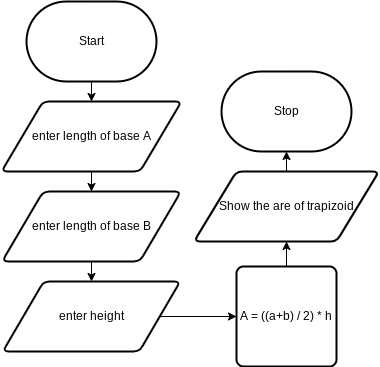
Above: design/trapizoid.png in Evgeny-Vovk/ICS2O-Unit3-01-HTML (draw.io), before the change. Source tidied: cells renumbered, new cells last; positions are measured from the earlier drawing's top-left corner, leaving out a move shared by most shapes. Its diagram source:
```xml
<mxGraphModel>
  <root>
    <mxCell id="0" />
    <mxCell id="1" parent="0" />
    <mxCell id="2" style="edgeStyle=none;html=1;exitX=0.5;exitY=1;exitDx=0;exitDy=0;exitPerimeter=0;entryX=0.5;entryY=0;entryDx=0;entryDy=0;" parent="1" edge="1" source="3" target="6">
      <mxGeometry relative="1" as="geometry" />
    </mxCell>
    <mxCell id="3" value="Start" style="strokeWidth=2;html=1;shape=mxgraph.flowchart.terminator;whiteSpace=wrap;" parent="1" vertex="1">
      <mxGeometry x="25" width="130" height="80" as="geometry" />
    </mxCell>
    <mxCell id="4" value="Stop" style="strokeWidth=2;html=1;shape=mxgraph.flowchart.terminator;whiteSpace=wrap;" parent="1" vertex="1">
      <mxGeometry x="220" y="70" width="130" height="80" as="geometry" />
    </mxCell>
    <mxCell id="5" style="edgeStyle=none;html=1;exitX=0.5;exitY=1;exitDx=0;exitDy=0;entryX=0.5;entryY=0;entryDx=0;entryDy=0;" parent="1" edge="1" source="6" target="8">
      <mxGeometry relative="1" as="geometry" />
    </mxCell>
    <mxCell id="6" value="enter length of base A" style="shape=parallelogram;html=1;strokeWidth=2;perimeter=parallelogramPerimeter;whiteSpace=wrap;rounded=1;arcSize=12;size=0.23;" parent="1" vertex="1">
      <mxGeometry y="100" width="180" height="70" as="geometry" />
    </mxCell>
    <mxCell id="7" style="edgeStyle=none;html=1;exitX=0.5;exitY=1;exitDx=0;exitDy=0;entryX=0.5;entryY=0;entryDx=0;entryDy=0;" parent="1" edge="1" source="8" target="10">
      <mxGeometry relative="1" as="geometry" />
    </mxCell>
    <mxCell id="8" value="enter length of base B" style="shape=parallelogram;html=1;strokeWidth=2;perimeter=parallelogramPerimeter;whiteSpace=wrap;rounded=1;arcSize=12;size=0.23;" parent="1" vertex="1">
      <mxGeometry x="0.6" y="190" width="178.8" height="70" as="geometry" />
    </mxCell>
    <mxCell id="9" style="edgeStyle=none;html=1;exitX=1;exitY=0.5;exitDx=0;exitDy=0;" parent="1" edge="1" source="10" target="12">
      <mxGeometry relative="1" as="geometry" />
    </mxCell>
    <mxCell id="10" value="enter height" style="shape=parallelogram;html=1;strokeWidth=2;perimeter=parallelogramPerimeter;whiteSpace=wrap;rounded=1;arcSize=12;size=0.23;" parent="1" vertex="1">
      <mxGeometry x="1.2" y="280" width="177.5" height="70" as="geometry" />
    </mxCell>
    <mxCell id="11" style="edgeStyle=none;html=1;entryX=0.5;entryY=1;entryDx=0;entryDy=0;" parent="1" edge="1" source="12" target="14">
      <mxGeometry relative="1" as="geometry" />
    </mxCell>
    <mxCell id="12" value="A = ((a+b) / 2) * h" style="rounded=1;whiteSpace=wrap;html=1;absoluteArcSize=1;arcSize=14;strokeWidth=2;" parent="1" vertex="1">
      <mxGeometry x="235" y="265" width="100" height="100" as="geometry" />
    </mxCell>
    <mxCell id="13" style="edgeStyle=none;html=1;exitX=0.5;exitY=0;exitDx=0;exitDy=0;entryX=0.5;entryY=1;entryDx=0;entryDy=0;entryPerimeter=0;" parent="1" edge="1" source="14" target="4">
      <mxGeometry relative="1" as="geometry" />
    </mxCell>
    <mxCell id="14" value="Show the are of trapizoid" style="shape=parallelogram;html=1;strokeWidth=2;perimeter=parallelogramPerimeter;whiteSpace=wrap;rounded=1;arcSize=12;size=0.23;" parent="1" vertex="1">
      <mxGeometry x="192.5" y="170" width="185" height="70" as="geometry" />
    </mxCell>
  </root>
</mxGraphModel>
```
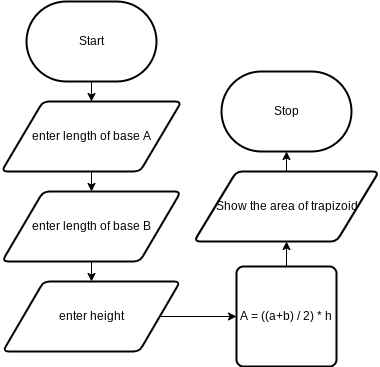
After the commit.

What changed in the source:
```diff
@@ -38,7 +38,7 @@
     <mxCell id="13" style="edgeStyle=none;html=1;exitX=0.5;exitY=0;exitDx=0;exitDy=0;entryX=0.5;entryY=1;entryDx=0;entryDy=0;entryPerimeter=0;" parent="1" edge="1" source="14" target="4">
       <mxGeometry relative="1" as="geometry" />
     </mxCell>
-    <mxCell id="14" value="Show the are of trapizoid" style="shape=parallelogram;html=1;strokeWidth=2;perimeter=parallelogramPerimeter;whiteSpace=wrap;rounded=1;arcSize=12;size=0.23;" parent="1" vertex="1">
+    <mxCell id="14" value="Show the area of trapizoid" style="shape=parallelogram;html=1;strokeWidth=2;perimeter=parallelogramPerimeter;whiteSpace=wrap;rounded=1;arcSize=12;size=0.23;" parent="1" vertex="1">
       <mxGeometry x="192.5" y="170" width="185" height="70" as="geometry" />
     </mxCell>
   </root>
```
